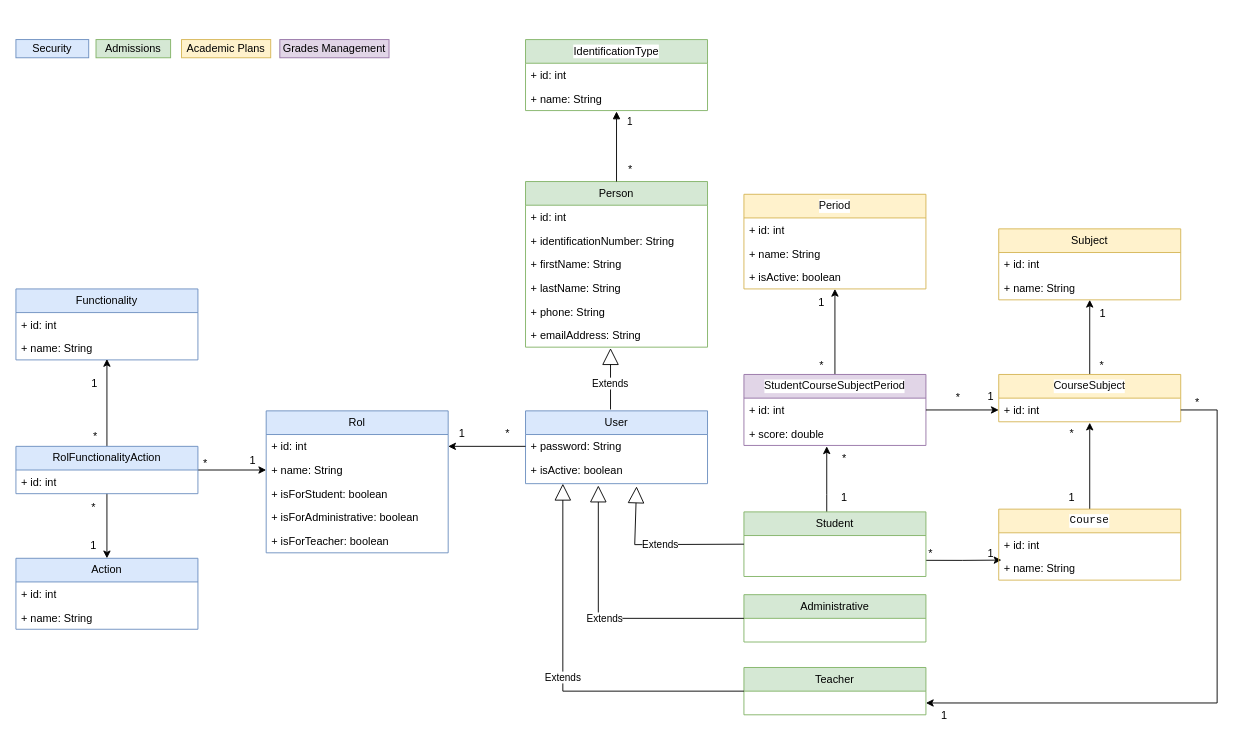
jchuquen/academic-register-services keeps this draw.io diagram as page "Data Model" (1 of 2) of src/main/resources/Project Diagrams.drawio. Above is the earlier version. Source tidied: cells renumbered, new cells numbered last; positions are measured from the earlier drawing's top-left corner, leaving out a move shared by most shapes. Both pictures are drawn from the tidied source at 91%, with x=0, y=0 at pixel (15, 39).
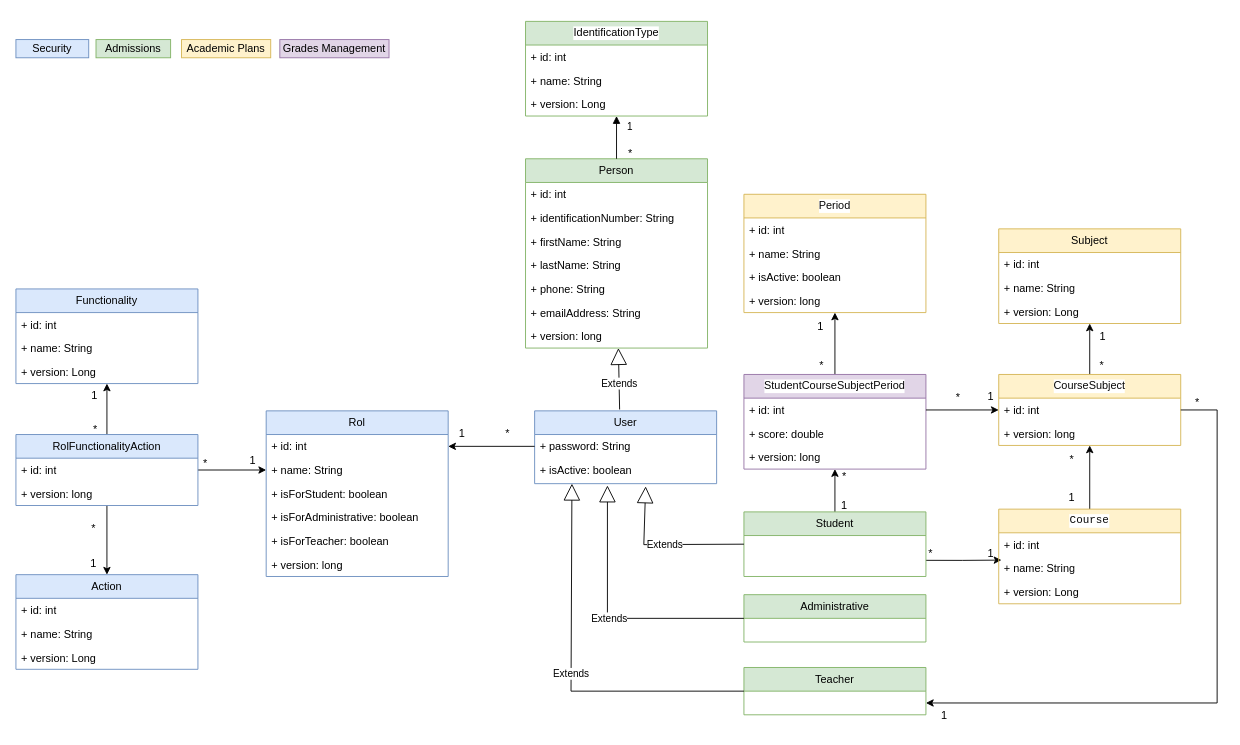
The same diagram, later.

Commit message (it also covers changes not shown here):
Class diagram updated

Unchanged cells that the change refers to:
```xml
<mxCell id="4" value="+ name: String" style="text;strokeColor=none;fillColor=none;align=left;verticalAlign=top;spacingLeft=4;spacingRight=4;overflow=hidden;points=[[0,0.5],[1,0.5]];portConstraint=eastwest;whiteSpace=wrap;html=1;" parent="2" vertex="1">
  <mxGeometry y="52" width="200" height="26" as="geometry" />
</mxCell>
<mxCell id="8" value="+ isActive: boolean" style="text;strokeColor=none;fillColor=none;align=left;verticalAlign=top;spacingLeft=4;spacingRight=4;overflow=hidden;points=[[0,0.5],[1,0.5]];portConstraint=eastwest;whiteSpace=wrap;html=1;" parent="5" vertex="1">
  <mxGeometry y="78" width="200" height="26" as="geometry" />
</mxCell>
<mxCell id="14" value="+ id: int" style="text;strokeColor=none;fillColor=none;align=left;verticalAlign=top;spacingLeft=4;spacingRight=4;overflow=hidden;points=[[0,0.5],[1,0.5]];portConstraint=eastwest;whiteSpace=wrap;html=1;" parent="13" vertex="1">
  <mxGeometry y="26" width="200" height="26" as="geometry" />
</mxCell>
<mxCell id="18" value="+ score: double" style="text;strokeColor=none;fillColor=none;align=left;verticalAlign=top;spacingLeft=4;spacingRight=4;overflow=hidden;points=[[0,0.5],[1,0.5]];portConstraint=eastwest;whiteSpace=wrap;html=1;" parent="16" vertex="1">
  <mxGeometry y="52" width="200" height="26" as="geometry" />
</mxCell>
<mxCell id="28" value="+ isActive: boolean" style="text;strokeColor=none;fillColor=none;align=left;verticalAlign=top;spacingLeft=4;spacingRight=4;overflow=hidden;points=[[0,0.5],[1,0.5]];portConstraint=eastwest;whiteSpace=wrap;html=1;" parent="26" vertex="1">
  <mxGeometry y="52" width="200" height="28" as="geometry" />
</mxCell>
<mxCell id="35" value="Student" style="swimlane;fontStyle=0;horizontal=1;startSize=26;fillColor=#d5e8d4;whiteSpace=wrap;html=1;strokeColor=#82b366;" parent="1" vertex="1">
  <mxGeometry x="800" y="519" width="200" height="71" as="geometry" />
</mxCell>
<mxCell id="36" value="Administrative" style="swimlane;fontStyle=0;horizontal=1;startSize=26;fillColor=#d5e8d4;whiteSpace=wrap;html=1;strokeColor=#82b366;" parent="1" vertex="1">
  <mxGeometry x="800" y="610" width="200" height="52" as="geometry" />
</mxCell>
<mxCell id="37" value="Teacher" style="swimlane;fontStyle=0;horizontal=1;startSize=26;fillColor=#d5e8d4;whiteSpace=wrap;html=1;strokeColor=#82b366;" parent="1" vertex="1">
  <mxGeometry x="800" y="690" width="200" height="52" as="geometry" />
</mxCell>
<mxCell id="69" value="+ name: String" style="text;strokeColor=none;fillColor=none;align=left;verticalAlign=top;spacingLeft=4;spacingRight=4;overflow=hidden;points=[[0,0.5],[1,0.5]];portConstraint=eastwest;whiteSpace=wrap;html=1;" parent="67" vertex="1">
  <mxGeometry y="52" width="200" height="26" as="geometry" />
</mxCell>
```

Change to the diagram source:
```diff
@@
     <mxCell id="2" value="&lt;div style=&quot;background-color: rgb(255, 255, 255);&quot;&gt;&lt;pre style=&quot;&quot;&gt;&lt;font style=&quot;&quot; face=&quot;Helvetica&quot;&gt;IdentificationType&lt;/font&gt;&lt;/pre&gt;&lt;/div&gt;" style="swimlane;fontStyle=0;horizontal=1;startSize=26;fillColor=#d5e8d4;whiteSpace=wrap;html=1;strokeColor=#82b366;" parent="1" vertex="1">
-      <mxGeometry x="560" width="200" height="78" as="geometry" />
+      <mxGeometry x="560" y="-20" width="200" height="104" as="geometry" />
     </mxCell>
@@
+    <mxCell id="91" value="+ version: Long" style="text;strokeColor=none;fillColor=none;align=left;verticalAlign=top;spacingLeft=4;spacingRight=4;overflow=hidden;whiteSpace=wrap;html=1;" parent="2" vertex="1">
+      <mxGeometry y="78" width="200" height="26" as="geometry" />
+    </mxCell>
     <mxCell id="5" value="&lt;div style=&quot;background-color: rgb(255, 255, 255); color: rgb(8, 8, 8);&quot;&gt;&lt;pre style=&quot;&quot;&gt;&lt;font face=&quot;Helvetica&quot;&gt;Period&lt;/font&gt;&lt;/pre&gt;&lt;/div&gt;" style="swimlane;fontStyle=0;horizontal=1;startSize=26;fillColor=#fff2cc;whiteSpace=wrap;html=1;strokeColor=#d6b656;" parent="1" vertex="1">
-      <mxGeometry x="800" y="170" width="200" height="104" as="geometry" />
+      <mxGeometry x="800" y="170" width="200" height="130" as="geometry" />
     </mxCell>
@@
+    <mxCell id="92" value="+ version: long" style="text;strokeColor=none;fillColor=none;align=left;verticalAlign=top;spacingLeft=4;spacingRight=4;overflow=hidden;whiteSpace=wrap;html=1;" parent="5" vertex="1">
+      <mxGeometry y="104" width="200" height="26" as="geometry" />
+    </mxCell>
     <mxCell id="9" value="Subject" style="swimlane;fontStyle=0;horizontal=1;startSize=26;fillColor=#fff2cc;whiteSpace=wrap;html=1;strokeColor=#d6b656;" parent="1" vertex="1">
-      <mxGeometry x="1080" y="208" width="200" height="78" as="geometry" />
+      <mxGeometry x="1080" y="208" width="200" height="104" as="geometry" />
     </mxCell>
@@
+    <mxCell id="93" value="+ name: String" style="text;strokeColor=none;fillColor=none;align=left;verticalAlign=top;spacingLeft=4;spacingRight=4;overflow=hidden;whiteSpace=wrap;html=1;" parent="9" vertex="1">
+      <mxGeometry y="52" width="200" height="26" as="geometry" />
+    </mxCell>
-    <mxCell id="11" value="+ name: String" style="text;strokeColor=none;fillColor=none;align=left;verticalAlign=top;spacingLeft=4;spacingRight=4;overflow=hidden;points=[[0,0.5],[1,0.5]];portConstraint=eastwest;whiteSpace=wrap;html=1;" parent="9" vertex="1">
-      <mxGeometry y="52" width="200" height="26" as="geometry" />
+    <mxCell id="11" value="+ version: Long" style="text;strokeColor=none;fillColor=none;align=left;verticalAlign=top;spacingLeft=4;spacingRight=4;overflow=hidden;points=[[0,0.5],[1,0.5]];portConstraint=eastwest;whiteSpace=wrap;html=1;" parent="9" vertex="1">
+      <mxGeometry y="78" width="200" height="26" as="geometry" />
     </mxCell>
@@
     <mxCell id="13" value="&lt;div style=&quot;background-color: rgb(255, 255, 255); color: rgb(8, 8, 8);&quot;&gt;&lt;pre style=&quot;&quot;&gt;&lt;font face=&quot;Helvetica&quot;&gt;CourseSubject&lt;/font&gt;&lt;/pre&gt;&lt;/div&gt;" style="swimlane;fontStyle=0;horizontal=1;startSize=26;fillColor=#fff2cc;whiteSpace=wrap;html=1;strokeColor=#d6b656;" parent="1" vertex="1">
-      <mxGeometry x="1080" y="368" width="200" height="52" as="geometry" />
+      <mxGeometry x="1080" y="368" width="200" height="78" as="geometry" />
     </mxCell>
@@
+    <mxCell id="94" value="+ version: long" style="text;strokeColor=none;fillColor=none;align=left;verticalAlign=top;spacingLeft=4;spacingRight=4;overflow=hidden;whiteSpace=wrap;html=1;" parent="13" vertex="1">
+      <mxGeometry y="52" width="200" height="26" as="geometry" />
+    </mxCell>
-    <mxCell id="15" style="edgeStyle=orthogonalEdgeStyle;rounded=0;jettySize=auto;html=1;entryX=0.5;entryY=1;entryDx=0;entryDy=0;entryPerimeter=0;" parent="1" edge="1" source="16" target="8">
+    <mxCell id="15" style="edgeStyle=orthogonalEdgeStyle;rounded=0;jettySize=auto;html=1;" parent="1" edge="1" source="16" target="5">
       <mxGeometry relative="1" as="geometry" />
     </mxCell>
     <mxCell id="16" value="&lt;div style=&quot;background-color: rgb(255, 255, 255); color: rgb(8, 8, 8);&quot;&gt;&lt;pre style=&quot;&quot;&gt;&lt;span style=&quot;white-space: normal;&quot;&gt;&lt;font face=&quot;Helvetica&quot;&gt;StudentCourseSubjectPeriod&lt;/font&gt;&lt;/span&gt;&lt;font face=&quot;JetBrains Mono, monospace&quot;&gt;&lt;br&gt;&lt;/font&gt;&lt;/pre&gt;&lt;/div&gt;" style="swimlane;fontStyle=0;horizontal=1;startSize=26;fillColor=#e1d5e7;whiteSpace=wrap;html=1;strokeColor=#9673a6;" parent="1" vertex="1">
-      <mxGeometry x="800" y="368" width="200" height="78" as="geometry" />
+      <mxGeometry x="800" y="368" width="200" height="104" as="geometry" />
     </mxCell>
@@
+    <mxCell id="95" value="+ version: long" style="text;strokeColor=none;fillColor=none;align=left;verticalAlign=top;spacingLeft=4;spacingRight=4;overflow=hidden;whiteSpace=wrap;html=1;" parent="16" vertex="1">
+      <mxGeometry y="78" width="200" height="26" as="geometry" />
+    </mxCell>
     <mxCell id="19" value="Person" style="swimlane;fontStyle=0;horizontal=1;startSize=26;fillColor=#d5e8d4;whiteSpace=wrap;html=1;strokeColor=#82b366;" parent="1" vertex="1">
-      <mxGeometry x="560" y="156" width="200" height="182" as="geometry" />
+      <mxGeometry x="560" y="131" width="200" height="208" as="geometry" />
     </mxCell>
@@
+    <mxCell id="96" value="+&amp;nbsp;emailAddress: String" style="text;strokeColor=none;fillColor=none;align=left;verticalAlign=top;spacingLeft=4;spacingRight=4;overflow=hidden;whiteSpace=wrap;html=1;" parent="19" vertex="1">
+      <mxGeometry y="156" width="200" height="26" as="geometry" />
+    </mxCell>
-    <mxCell id="25" value="+&amp;nbsp;emailAddress: String" style="text;strokeColor=none;fillColor=none;align=left;verticalAlign=top;spacingLeft=4;spacingRight=4;overflow=hidden;points=[[0,0.5],[1,0.5]];portConstraint=eastwest;whiteSpace=wrap;html=1;" parent="19" vertex="1">
-      <mxGeometry y="156" width="200" height="26" as="geometry" />
+    <mxCell id="25" value="+&amp;nbsp;version: long" style="text;strokeColor=none;fillColor=none;align=left;verticalAlign=top;spacingLeft=4;spacingRight=4;overflow=hidden;points=[[0,0.5],[1,0.5]];portConstraint=eastwest;whiteSpace=wrap;html=1;" parent="19" vertex="1">
+      <mxGeometry y="182" width="200" height="26" as="geometry" />
     </mxCell>
     <mxCell id="26" value="User" style="swimlane;fontStyle=0;horizontal=1;startSize=26;fillColor=#dae8fc;whiteSpace=wrap;html=1;strokeColor=#6c8ebf;" parent="1" vertex="1">
-      <mxGeometry x="560" y="408" width="200" height="80" as="geometry" />
+      <mxGeometry x="570" y="408" width="200" height="80" as="geometry" />
     </mxCell>
@@
-    <mxCell id="29" value="Extends" style="endArrow=block;endSize=16;endFill=0;html=1;rounded=0;entryX=0.467;entryY=1.038;entryDx=0;entryDy=0;entryPerimeter=0;exitX=0.467;exitY=-0.019;exitDx=0;exitDy=0;exitPerimeter=0;" parent="1" edge="1" source="26" target="25">
+    <mxCell id="29" value="Extends" style="endArrow=block;endSize=16;endFill=0;html=1;rounded=0;exitX=0.467;exitY=-0.019;exitDx=0;exitDy=0;exitPerimeter=0;" parent="1" edge="1" source="26" target="19">
       <mxGeometry x="-0.16" relative="1" as="geometry" />
     </mxCell>
-    <mxCell id="30" style="endArrow=block;endFill=1;html=1;edgeStyle=orthogonalEdgeStyle;align=left;verticalAlign=top;rounded=0;strokeColor=default;fixDash=0;exitX=0.5;exitY=0;exitDx=0;exitDy=0;entryX=0.5;entryY=1.038;entryDx=0;entryDy=0;entryPerimeter=0;" parent="1" edge="1" source="19" target="4">
+    <mxCell id="30" style="endArrow=block;endFill=1;html=1;edgeStyle=orthogonalEdgeStyle;align=left;verticalAlign=top;rounded=0;strokeColor=default;fixDash=0;exitX=0.5;exitY=0;exitDx=0;exitDy=0;" parent="1" edge="1" source="19" target="2">
       <mxGeometry x="0.25" relative="1" as="geometry" />
     </mxCell>
     <mxCell id="31" value="1" style="edgeLabel;html=1;align=left;verticalAlign=bottom;" parent="30" vertex="1">
       <mxGeometry x="-1" relative="1" as="geometry">
-        <mxPoint x="10" y="-58" as="offset" />
+        <mxPoint x="10" y="-27" as="offset" />
       </mxGeometry>
     </mxCell>
     <mxCell id="32" value="*" style="text;html=1;align=center;verticalAlign=middle;strokeColor=none;fillColor=none;" parent="1" vertex="1">
-      <mxGeometry x="660" y="128" width="30" height="30" as="geometry" />
+      <mxGeometry x="660" y="110" width="30" height="30" as="geometry" />
     </mxCell>
-    <mxCell id="33" style="edgeStyle=orthogonalEdgeStyle;rounded=0;jettySize=auto;html=1;entryX=0.455;entryY=1.038;entryDx=0;entryDy=0;entryPerimeter=0;" parent="1" edge="1" source="35" target="18">
-      <mxGeometry relative="1" as="geometry">
-        <Array as="points">
-          <mxPoint x="891" y="500" />
-          <mxPoint x="891" y="500" />
-        </Array>
-      </mxGeometry>
+    <mxCell id="33" style="edgeStyle=orthogonalEdgeStyle;rounded=0;jettySize=auto;html=1;" parent="1" edge="1" source="35" target="16">
+      <mxGeometry relative="1" as="geometry" />
     </mxCell>
@@
     <mxCell id="38" value="Extends" style="endArrow=block;endSize=16;endFill=0;html=1;rounded=0;entryX=0.205;entryY=1;entryDx=0;entryDy=0;entryPerimeter=0;exitX=0;exitY=0.5;exitDx=0;exitDy=0;" parent="1" edge="1" source="37" target="28">
       <mxGeometry relative="1" as="geometry">
         <Array as="points">
-          <mxPoint x="601" y="716" />
+          <mxPoint x="610" y="716" />
         </Array>
       </mxGeometry>
     </mxCell>
     <mxCell id="39" value="Extends" style="endArrow=block;endSize=16;endFill=0;html=1;rounded=0;entryX=0.4;entryY=1.071;entryDx=0;entryDy=0;entryPerimeter=0;exitX=0;exitY=0.5;exitDx=0;exitDy=0;" parent="1" edge="1" source="36" target="28">
       <mxGeometry relative="1" as="geometry">
         <Array as="points">
-          <mxPoint x="640" y="636" />
+          <mxPoint x="650" y="636" />
         </Array>
       </mxGeometry>
     </mxCell>
     <mxCell id="40" value="Extends" style="endArrow=block;endSize=16;endFill=0;html=1;rounded=0;entryX=0.61;entryY=1.107;entryDx=0;entryDy=0;entryPerimeter=0;exitX=0;exitY=0.5;exitDx=0;exitDy=0;" parent="1" edge="1" source="35" target="28">
       <mxGeometry relative="1" as="geometry">
         <Array as="points">
-          <mxPoint x="680" y="555" />
+          <mxPoint x="690" y="555" />
         </Array>
       </mxGeometry>
     </mxCell>
-    <mxCell id="41" style="edgeStyle=orthogonalEdgeStyle;rounded=0;jettySize=auto;html=1;entryX=0.5;entryY=1.038;entryDx=0;entryDy=0;entryPerimeter=0;" parent="1" edge="1" source="42" target="14">
+    <mxCell id="41" style="edgeStyle=orthogonalEdgeStyle;rounded=0;jettySize=auto;html=1;" parent="1" edge="1" source="42" target="13">
       <mxGeometry relative="1" as="geometry" />
     </mxCell>
     <mxCell id="42" value="&lt;div style=&quot;background-color:#ffffff;color:#080808;font-family:'JetBrains Mono',monospace;font-size:9,8pt;&quot;&gt;&lt;pre&gt;Course&lt;/pre&gt;&lt;/div&gt;" style="swimlane;fontStyle=0;horizontal=1;startSize=26;fillColor=#fff2cc;whiteSpace=wrap;html=1;strokeColor=#d6b656;" parent="1" vertex="1">
-      <mxGeometry x="1080" y="516" width="200" height="78" as="geometry" />
+      <mxGeometry x="1080" y="516" width="200" height="104" as="geometry" />
     </mxCell>
@@
+    <mxCell id="97" value="+ version: Long" style="text;strokeColor=none;fillColor=none;align=left;verticalAlign=top;spacingLeft=4;spacingRight=4;overflow=hidden;whiteSpace=wrap;html=1;" parent="42" vertex="1">
+      <mxGeometry y="78" width="200" height="26" as="geometry" />
+    </mxCell>
     <mxCell id="45" value="1" style="text;html=1;align=center;verticalAlign=middle;strokeColor=none;fillColor=none;" parent="1" vertex="1">
-      <mxGeometry x="895" y="488" width="30" height="30" as="geometry" />
+      <mxGeometry x="895" y="497" width="30" height="30" as="geometry" />
     </mxCell>
     <mxCell id="46" value="*" style="text;html=1;align=center;verticalAlign=middle;strokeColor=none;fillColor=none;" parent="1" vertex="1">
-      <mxGeometry x="895" y="446" width="30" height="30" as="geometry" />
+      <mxGeometry x="895" y="466" width="30" height="30" as="geometry" />
     </mxCell>
@@
     <mxCell id="50" value="*" style="text;html=1;align=center;verticalAlign=middle;strokeColor=none;fillColor=none;" parent="1" vertex="1">
-      <mxGeometry x="1145" y="418" width="30" height="30" as="geometry" />
+      <mxGeometry x="1145" y="447" width="30" height="30" as="geometry" />
     </mxCell>
@@
     <mxCell id="55" value="1" style="text;html=1;align=center;verticalAlign=middle;strokeColor=none;fillColor=none;" parent="1" vertex="1">
-      <mxGeometry x="870" y="274" width="30" height="30" as="geometry" />
+      <mxGeometry x="869" y="301" width="30" height="30" as="geometry" />
     </mxCell>
@@
     <mxCell id="57" value="1" style="text;html=1;align=center;verticalAlign=middle;strokeColor=none;fillColor=none;" parent="1" vertex="1">
-      <mxGeometry x="1179" y="286" width="30" height="30" as="geometry" />
+      <mxGeometry x="1179" y="312" width="30" height="30" as="geometry" />
     </mxCell>
@@
     <mxCell id="61" value="Rol" style="swimlane;fontStyle=0;horizontal=1;startSize=26;fillColor=#dae8fc;whiteSpace=wrap;html=1;strokeColor=#6c8ebf;" parent="1" vertex="1">
-      <mxGeometry x="275" y="408" width="200" height="156" as="geometry" />
+      <mxGeometry x="275" y="408" width="200" height="182" as="geometry" />
     </mxCell>
@@
+    <mxCell id="98" value="+ version: long" style="text;strokeColor=none;fillColor=none;align=left;verticalAlign=top;spacingLeft=4;spacingRight=4;overflow=hidden;whiteSpace=wrap;html=1;" parent="61" vertex="1">
+      <mxGeometry y="156" width="200" height="26" as="geometry" />
+    </mxCell>
     <mxCell id="67" value="Functionality" style="swimlane;fontStyle=0;horizontal=1;startSize=26;fillColor=#dae8fc;whiteSpace=wrap;html=1;strokeColor=#6c8ebf;" parent="1" vertex="1">
-      <mxGeometry y="274" width="200" height="78" as="geometry" />
+      <mxGeometry y="274" width="200" height="104" as="geometry" />
     </mxCell>
@@
+    <mxCell id="99" value="+ version: Long" style="text;strokeColor=none;fillColor=none;align=left;verticalAlign=top;spacingLeft=4;spacingRight=4;overflow=hidden;whiteSpace=wrap;html=1;" parent="67" vertex="1">
+      <mxGeometry y="78" width="200" height="26" as="geometry" />
+    </mxCell>
     <mxCell id="70" value="Action" style="swimlane;fontStyle=0;horizontal=1;startSize=26;fillColor=#dae8fc;whiteSpace=wrap;html=1;strokeColor=#6c8ebf;" parent="1" vertex="1">
-      <mxGeometry y="570" width="200" height="78" as="geometry" />
+      <mxGeometry y="588" width="200" height="104" as="geometry" />
     </mxCell>
@@
+    <mxCell id="100" value="+ version: Long" style="text;strokeColor=none;fillColor=none;align=left;verticalAlign=top;spacingLeft=4;spacingRight=4;overflow=hidden;whiteSpace=wrap;html=1;" parent="70" vertex="1">
+      <mxGeometry y="78" width="200" height="26" as="geometry" />
+    </mxCell>
-    <mxCell id="73" style="edgeStyle=orthogonalEdgeStyle;rounded=0;jettySize=auto;html=1;entryX=0.5;entryY=0.962;entryDx=0;entryDy=0;entryPerimeter=0;" parent="1" edge="1" source="76" target="69">
+    <mxCell id="73" style="edgeStyle=orthogonalEdgeStyle;rounded=0;jettySize=auto;html=1;" parent="1" edge="1" source="76" target="67">
       <mxGeometry relative="1" as="geometry" />
     </mxCell>
@@
     <mxCell id="76" value="RolFunctionalityAction" style="swimlane;fontStyle=0;horizontal=1;startSize=26;fillColor=#dae8fc;whiteSpace=wrap;html=1;strokeColor=#6c8ebf;" parent="1" vertex="1">
-      <mxGeometry y="447" width="200" height="52" as="geometry" />
+      <mxGeometry y="434" width="200" height="78" as="geometry" />
     </mxCell>
+    <mxCell id="101" value="+ id: int" style="text;strokeColor=none;fillColor=none;align=left;verticalAlign=top;spacingLeft=4;spacingRight=4;overflow=hidden;whiteSpace=wrap;html=1;" parent="76" vertex="1">
+      <mxGeometry y="26" width="200" height="26" as="geometry" />
+    </mxCell>
-    <mxCell id="77" value="+ id: int" style="text;strokeColor=none;fillColor=none;align=left;verticalAlign=top;spacingLeft=4;spacingRight=4;overflow=hidden;whiteSpace=wrap;html=1;" parent="76" vertex="1">
-      <mxGeometry y="26" width="200" height="26" as="geometry" />
+    <mxCell id="77" value="+ version: long" style="text;strokeColor=none;fillColor=none;align=left;verticalAlign=top;spacingLeft=4;spacingRight=4;overflow=hidden;whiteSpace=wrap;html=1;" parent="76" vertex="1">
+      <mxGeometry y="52" width="200" height="26" as="geometry" />
     </mxCell>
@@
     <mxCell id="83" value="1" style="text;html=1;align=center;verticalAlign=middle;strokeColor=none;fillColor=none;" parent="1" vertex="1">
-      <mxGeometry x="71" y="363" width="30" height="30" as="geometry" />
+      <mxGeometry x="71" y="376" width="30" height="30" as="geometry" />
     </mxCell>
     <mxCell id="84" value="*" style="text;html=1;align=center;verticalAlign=middle;strokeColor=none;fillColor=none;" parent="1" vertex="1">
-      <mxGeometry x="72" y="422" width="30" height="30" as="geometry" />
+      <mxGeometry x="72" y="414" width="30" height="30" as="geometry" />
     </mxCell>
     <mxCell id="85" value="1" style="text;html=1;align=center;verticalAlign=middle;strokeColor=none;fillColor=none;" parent="1" vertex="1">
-      <mxGeometry x="70" y="541" width="30" height="30" as="geometry" />
+      <mxGeometry x="70" y="561" width="30" height="30" as="geometry" />
     </mxCell>
     <mxCell id="86" value="*" style="text;html=1;align=center;verticalAlign=middle;strokeColor=none;fillColor=none;" parent="1" vertex="1">
-      <mxGeometry x="70" y="500" width="30" height="30" as="geometry" />
+      <mxGeometry x="70" y="523" width="30" height="30" as="geometry" />
     </mxCell>
```
